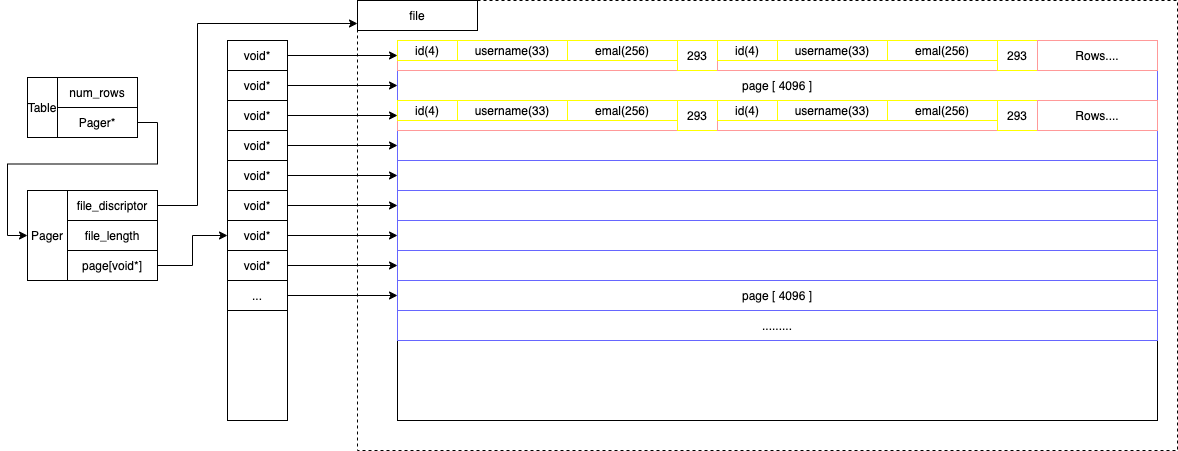
Tonyce/simple_db_learn keeps this draw.io diagram as structure.drawio.png. Above is the earlier version. Source tidied: cells renumbered, new cells last; positions are measured from the earlier drawing's top-left corner, leaving out a move shared by most shapes.
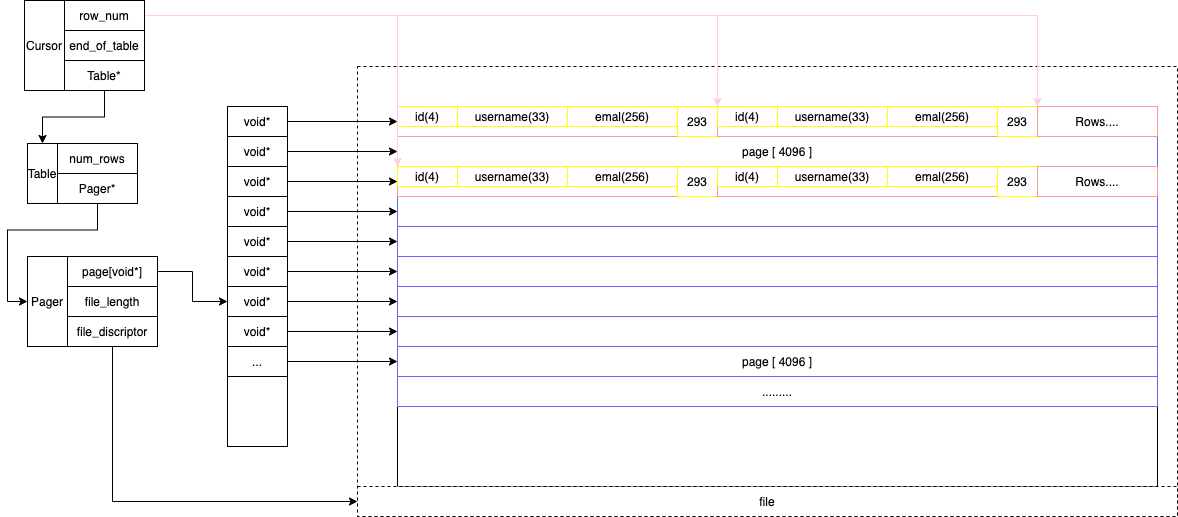
After the change.

Change to the diagram source:
```diff
@@ -11,14 +11,14 @@
     <mxCell id="4" value="num_rows" style="rounded=0;whiteSpace=wrap;html=1;" parent="1" vertex="1">
       <mxGeometry x="30" y="77" width="80" height="30" as="geometry" />
     </mxCell>
-    <mxCell id="5" style="edgeStyle=orthogonalEdgeStyle;rounded=0;jettySize=auto;html=1;exitX=1;exitY=0.5;exitDx=0;exitDy=0;entryX=0;entryY=0.5;entryDx=0;entryDy=0;" parent="1" edge="1" source="6" target="63">
+    <mxCell id="5" style="edgeStyle=orthogonalEdgeStyle;rounded=0;jettySize=auto;html=1;exitX=0.5;exitY=1;exitDx=0;exitDy=0;entryX=0;entryY=0.5;entryDx=0;entryDy=0;" parent="1" edge="1" source="6" target="63">
       <mxGeometry relative="1" as="geometry" />
     </mxCell>
     <mxCell id="6" value="Pager*" style="rounded=0;whiteSpace=wrap;html=1;" parent="1" vertex="1">
       <mxGeometry x="30" y="107" width="80" height="30" as="geometry" />
     </mxCell>
     <mxCell id="7" style="rounded=0;whiteSpace=wrap;html=1;" parent="1" vertex="1">
-      <mxGeometry x="200" y="40" width="60" height="380" as="geometry" />
+      <mxGeometry x="200" y="40" width="60" height="340" as="geometry" />
     </mxCell>
     <mxCell id="8" style="rounded=0;whiteSpace=wrap;html=1;" parent="1" vertex="1">
       <mxGeometry x="370" y="40" width="760" height="380" as="geometry" />
@@ -188,29 +188,51 @@
     <mxCell id="63" value="Pager" style="rounded=0;whiteSpace=wrap;html=1;" parent="1" vertex="1">
       <mxGeometry y="190" width="40" height="90" as="geometry" />
     </mxCell>
-    <mxCell id="64" style="edgeStyle=orthogonalEdgeStyle;rounded=0;jettySize=auto;html=1;exitX=1;exitY=0.5;exitDx=0;exitDy=0;" parent="1" edge="1" source="65">
+    <mxCell id="64" style="edgeStyle=orthogonalEdgeStyle;rounded=0;jettySize=auto;html=1;exitX=0.5;exitY=1;exitDx=0;exitDy=0;entryX=0;entryY=0.5;entryDx=0;entryDy=0;" parent="1" edge="1" source="65" target="68">
       <mxGeometry relative="1" as="geometry">
-        <mxPoint x="330" y="23" as="targetPoint" />
         <Array as="points">
-          <mxPoint x="170" y="205" />
-          <mxPoint x="170" y="23" />
+          <mxPoint x="85" y="435" />
         </Array>
       </mxGeometry>
     </mxCell>
     <mxCell id="65" value="file_discriptor" style="rounded=0;whiteSpace=wrap;html=1;" parent="1" vertex="1">
-      <mxGeometry x="40" y="190" width="90" height="30" as="geometry" />
+      <mxGeometry x="40" y="250" width="90" height="30" as="geometry" />
     </mxCell>
     <mxCell id="66" style="edgeStyle=orthogonalEdgeStyle;rounded=0;jettySize=auto;html=1;exitX=1;exitY=0.5;exitDx=0;exitDy=0;entryX=0;entryY=0.5;entryDx=0;entryDy=0;" parent="1" edge="1" source="67" target="23">
       <mxGeometry relative="1" as="geometry" />
     </mxCell>
     <mxCell id="67" value="page[void*]" style="rounded=0;whiteSpace=wrap;html=1;" parent="1" vertex="1">
-      <mxGeometry x="40" y="250" width="90" height="30" as="geometry" />
+      <mxGeometry x="40" y="190" width="90" height="30" as="geometry" />
     </mxCell>
-    <mxCell id="68" value="file" style="rounded=0;whiteSpace=wrap;html=1;" parent="1" vertex="1">
-      <mxGeometry x="330" width="120" height="30" as="geometry" />
+    <mxCell id="68" value="file" style="rounded=0;whiteSpace=wrap;html=1;dashed=1;" parent="1" vertex="1">
+      <mxGeometry x="330" y="420" width="820" height="30" as="geometry" />
     </mxCell>
     <mxCell id="69" value="file_length" style="rounded=0;whiteSpace=wrap;html=1;" parent="1" vertex="1">
       <mxGeometry x="40" y="220" width="90" height="30" as="geometry" />
     </mxCell>
+    <mxCell id="70" value="Cursor" style="rounded=0;whiteSpace=wrap;html=1;" parent="1" vertex="1">
+      <mxGeometry x="-3" y="-66" width="40" height="90" as="geometry" />
+    </mxCell>
+    <mxCell id="71" style="edgeStyle=orthogonalEdgeStyle;rounded=0;jettySize=auto;html=1;exitX=1;exitY=0.5;exitDx=0;exitDy=0;entryX=1;entryY=0;entryDx=0;entryDy=0;strokeColor=#FFCCE6;" parent="1" edge="1" source="74" target="41">
+      <mxGeometry relative="1" as="geometry" />
+    </mxCell>
+    <mxCell id="72" style="edgeStyle=orthogonalEdgeStyle;rounded=0;jettySize=auto;html=1;exitX=1;exitY=0.5;exitDx=0;exitDy=0;entryX=1;entryY=0;entryDx=0;entryDy=0;strokeColor=#FFCCE6;" parent="1" edge="1" source="74" target="47">
+      <mxGeometry relative="1" as="geometry" />
+    </mxCell>
+    <mxCell id="73" style="edgeStyle=orthogonalEdgeStyle;rounded=0;jettySize=auto;html=1;exitX=1;exitY=0.5;exitDx=0;exitDy=0;entryX=0;entryY=0;entryDx=0;entryDy=0;strokeColor=#FFCCE6;" parent="1" edge="1" source="74" target="51">
+      <mxGeometry relative="1" as="geometry" />
+    </mxCell>
+    <mxCell id="74" value="row_num" style="rounded=0;whiteSpace=wrap;html=1;" parent="1" vertex="1">
+      <mxGeometry x="37" y="-66" width="80" height="30" as="geometry" />
+    </mxCell>
+    <mxCell id="75" value="end_of_table" style="rounded=0;whiteSpace=wrap;html=1;" parent="1" vertex="1">
+      <mxGeometry x="37" y="-36" width="80" height="30" as="geometry" />
+    </mxCell>
+    <mxCell id="76" style="edgeStyle=orthogonalEdgeStyle;rounded=0;jettySize=auto;html=1;exitX=0.5;exitY=1;exitDx=0;exitDy=0;entryX=0.5;entryY=0;entryDx=0;entryDy=0;" parent="1" edge="1" source="77" target="3">
+      <mxGeometry relative="1" as="geometry" />
+    </mxCell>
+    <mxCell id="77" value="Table*" style="rounded=0;whiteSpace=wrap;html=1;" parent="1" vertex="1">
+      <mxGeometry x="37" y="-6" width="80" height="30" as="geometry" />
+    </mxCell>
   </root>
 </mxGraphModel>
```
